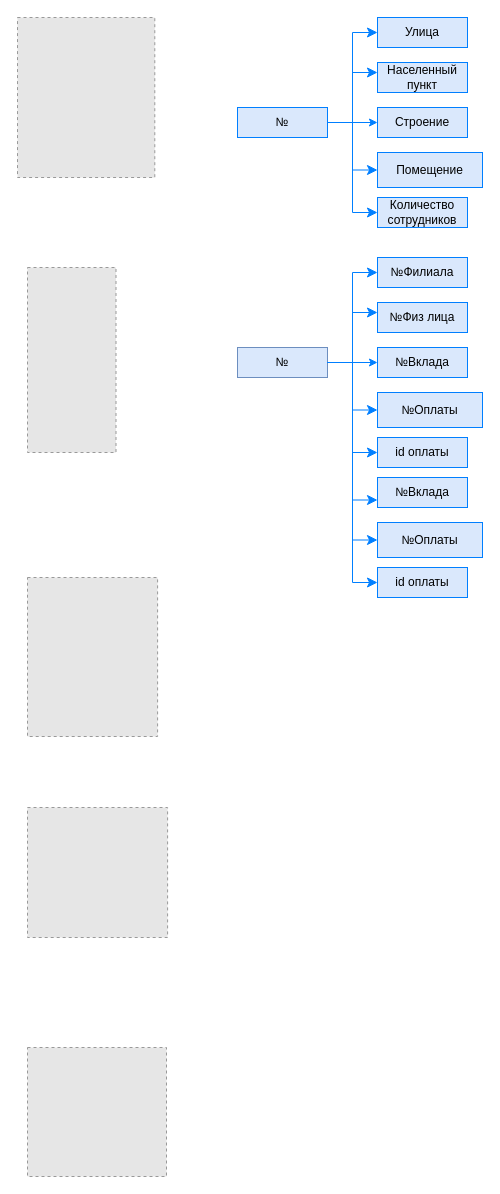
Earlier version of the draw.io diagram pbd5lb_2popitka.drawio (xaskilaki007/pbd-files). Source tidied: cells renumbered, new cells numbered last; positions are measured from the earlier drawing's top-left corner, leaving out a move shared by most shapes. Both pictures are drawn from the tidied source at 100%, with x=0, y=0 at pixel (17, 17). Pictures stored in the file or linked from it are replaced by grey dashed boxes.
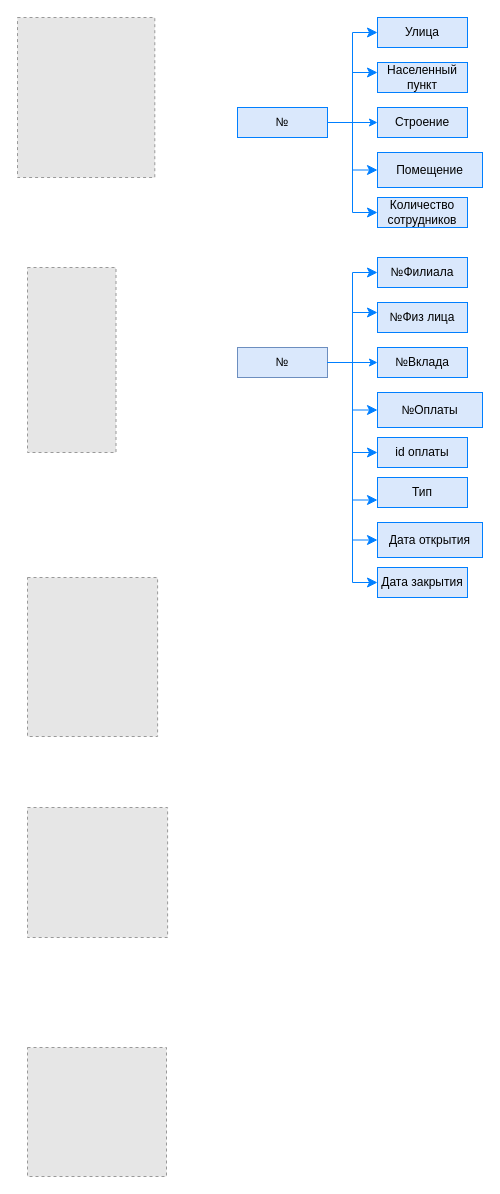
The same page after the edit.

Change to the diagram source:
```diff
@@
-    <mxCell id="32" value="№Вклада" style="rounded=0;whiteSpace=wrap;html=1;fillColor=#dae8fc;strokeColor=#007FFF;" parent="1" vertex="1">
+    <mxCell id="32" value="Тип" style="rounded=0;whiteSpace=wrap;html=1;fillColor=#dae8fc;strokeColor=#007FFF;" parent="1" vertex="1">
       <mxGeometry x="360" y="460" width="90" height="30" as="geometry" />
     </mxCell>
-    <mxCell id="33" value="№Оплаты" style="rounded=0;whiteSpace=wrap;html=1;fillColor=#dae8fc;strokeColor=#007FFF;" parent="1" vertex="1">
+    <mxCell id="33" value="Дата открытия" style="rounded=0;whiteSpace=wrap;html=1;fillColor=#dae8fc;strokeColor=#007FFF;" parent="1" vertex="1">
       <mxGeometry x="360" y="505" width="105" height="35" as="geometry" />
     </mxCell>
-    <mxCell id="34" value="id оплаты" style="rounded=0;whiteSpace=wrap;html=1;fillColor=#dae8fc;strokeColor=#007FFF;" parent="1" vertex="1">
+    <mxCell id="34" value="Дата закрытия" style="rounded=0;whiteSpace=wrap;html=1;fillColor=#dae8fc;strokeColor=#007FFF;" parent="1" vertex="1">
       <mxGeometry x="360" y="550" width="90" height="30" as="geometry" />
     </mxCell>
```
